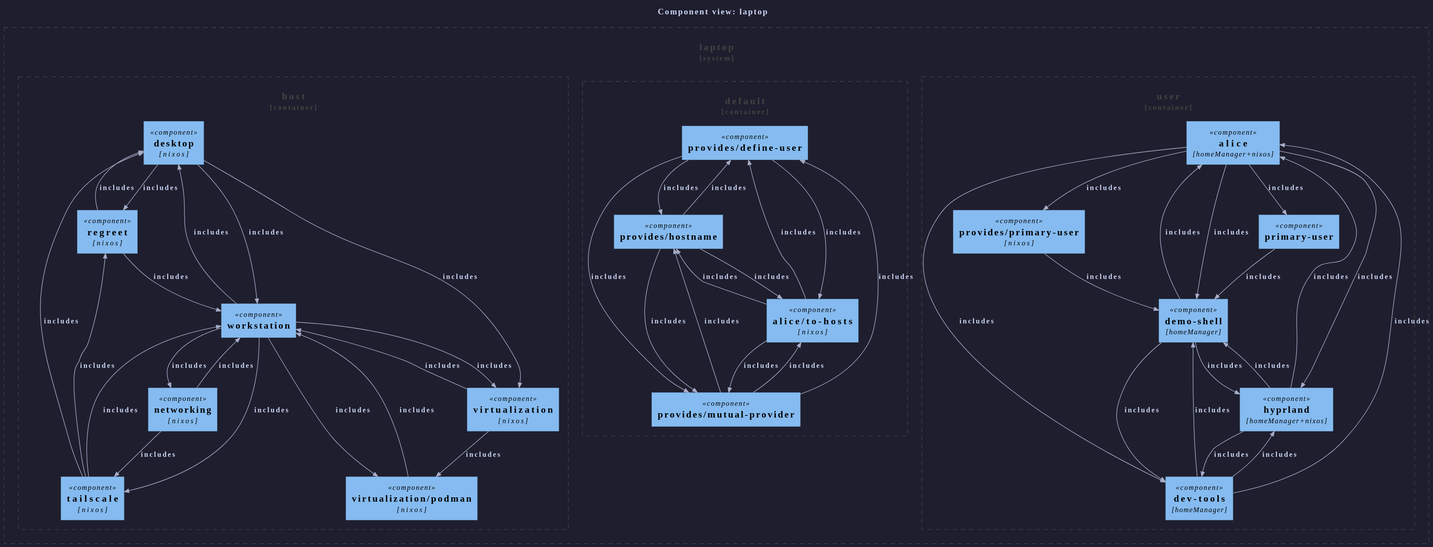
This is templates/diag-fx-demo/diagrams/laptop-c4component.puml.svg from sini/den, a PlantUML export, as it was before one commit.
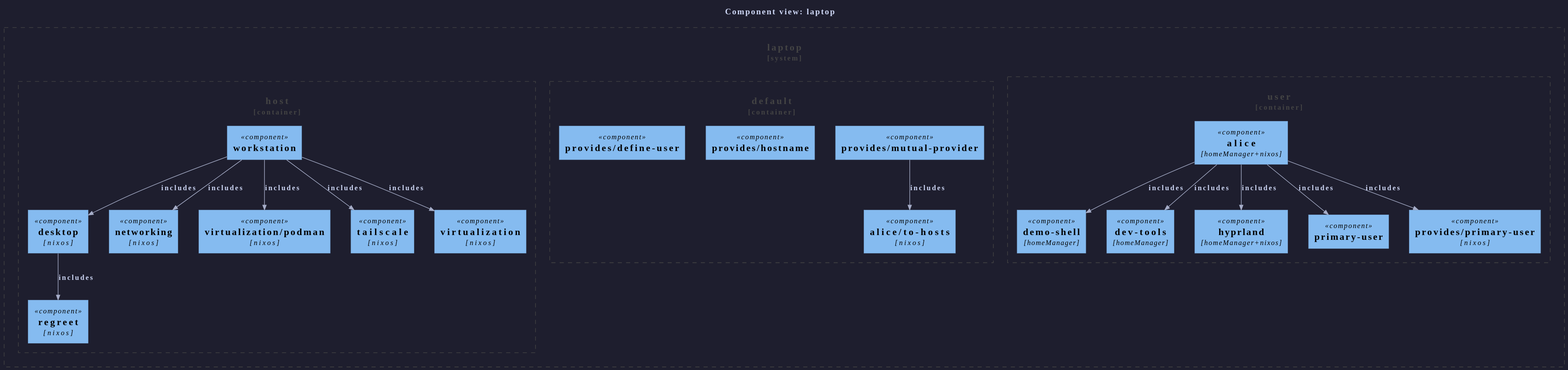
Above is the later version.

What changed in the source:
```diff
@@ -58,42 +58,8 @@
 Rel(alice, hyprland, "includes")
 Rel(alice, primary_user, "includes")
 Rel(alice, den__provides__primary_user, "includes")
-Rel(alice__to_hosts, den__provides__define_user, "includes")
-Rel(alice__to_hosts, den__provides__hostname, "includes")
-Rel(alice__to_hosts, den__provides__mutual_provider, "includes")
-Rel(den__provides__mutual_provider, den__provides__define_user, "includes")
-Rel(den__provides__mutual_provider, den__provides__hostname, "includes")
 Rel(den__provides__mutual_provider, alice__to_hosts, "includes")
-Rel(den__provides__hostname, den__provides__define_user, "includes")
-Rel(den__provides__define_user, den__provides__hostname, "includes")
-Rel(den__provides__define_user, den__provides__mutual_provider, "includes")
-Rel(den__provides__hostname, den__provides__mutual_provider, "includes")
-Rel(den__provides__define_user, alice__to_hosts, "includes")
-Rel(den__provides__hostname, alice__to_hosts, "includes")
-Rel(demo_shell, hyprland, "includes")
-Rel(demo_shell, alice, "includes")
-Rel(demo_shell, dev_tools, "includes")
-Rel(den__provides__primary_user, demo_shell, "includes")
-Rel(desktop, workstation, "includes")
 Rel(desktop, regreet, "includes")
-Rel(desktop, virtualization, "includes")
-Rel(dev_tools, alice, "includes")
-Rel(dev_tools, demo_shell, "includes")
-Rel(dev_tools, hyprland, "includes")
-Rel(networking, workstation, "includes")
-Rel(regreet, workstation, "includes")
-Rel(tailscale, workstation, "includes")
-Rel(virtualization, workstation, "includes")
-Rel(virtualization__podman, workstation, "includes")
-Rel(hyprland, dev_tools, "includes")
-Rel(hyprland, alice, "includes")
-Rel(hyprland, demo_shell, "includes")
-Rel(networking, tailscale, "includes")
-Rel(primary_user, demo_shell, "includes")
-Rel(regreet, desktop, "includes")
-Rel(tailscale, desktop, "includes")
-Rel(tailscale, regreet, "includes")
-Rel(virtualization, virtualization__podman, "includes")
 Rel(workstation, desktop, "includes")
 Rel(workstation, networking, "includes")
 Rel(workstation, virtualization__podman, "includes")
```
